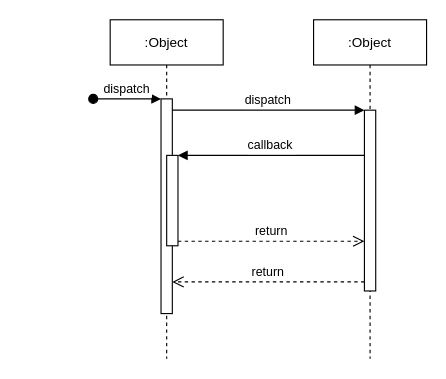
This is SD.drawio from gaodi16366/test, a draw.io file, before an edit. Source tidied: cells renumbered, new cells numbered last; positions are measured from the earlier drawing's top-left corner, leaving out a move shared by most shapes. Both pictures are drawn from the tidied source at 113%, with x=0, y=0 at pixel (93, 19).
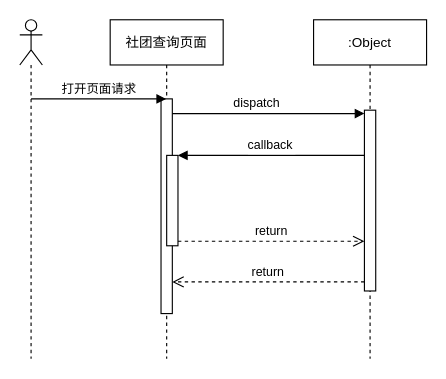
The same page after the edit.

What changed in the source:
```diff
@@
 <mxGraphModel>
   <root>
     <mxCell id="0" />
     <mxCell id="1" parent="0" />
-    <mxCell id="2" value=":Object" style="shape=umlLifeline;perimeter=lifelinePerimeter;rounded=0;shadow=0;strokeWidth=1;" parent="1" vertex="1">
+    <mxCell id="2" value="社团查询页面" style="shape=umlLifeline;perimeter=lifelinePerimeter;rounded=0;shadow=0;strokeWidth=1;" parent="1" vertex="1">
       <mxGeometry x="15" width="100" height="300" as="geometry" />
     </mxCell>
     <mxCell id="3" style="points=[];perimeter=orthogonalPerimeter;rounded=0;shadow=0;strokeWidth=1;" parent="2" vertex="1">
       <mxGeometry x="45" y="70" width="10" height="190" as="geometry" />
     </mxCell>
-    <mxCell id="4" value="dispatch" style="verticalAlign=bottom;startArrow=oval;endArrow=block;startSize=8;shadow=0;strokeWidth=1;" parent="2" edge="1" target="3">
-      <mxGeometry relative="1" as="geometry">
-        <mxPoint x="-15" y="70" as="sourcePoint" />
-      </mxGeometry>
-    </mxCell>
     <mxCell id="5" style="points=[];perimeter=orthogonalPerimeter;rounded=0;shadow=0;strokeWidth=1;" parent="2" vertex="1">
       <mxGeometry x="50" y="120" width="10" height="80" as="geometry" />
     </mxCell>
     <mxCell id="6" value=":Object" style="shape=umlLifeline;perimeter=lifelinePerimeter;rounded=0;shadow=0;strokeWidth=1;" parent="1" vertex="1">
       <mxGeometry x="195" width="100" height="300" as="geometry" />
     </mxCell>
     <mxCell id="7" style="points=[];perimeter=orthogonalPerimeter;rounded=0;shadow=0;strokeWidth=1;" parent="6" vertex="1">
       <mxGeometry x="45" y="80" width="10" height="160" as="geometry" />
     </mxCell>
     <mxCell id="8" value="return" style="verticalAlign=bottom;endArrow=open;dashed=1;endSize=8;exitX=0;exitY=0.95;shadow=0;strokeWidth=1;" parent="1" edge="1" source="7" target="3">
       <mxGeometry relative="1" as="geometry" />
     </mxCell>
-    <mxCell id="9" value="dispatch" style="verticalAlign=bottom;endArrow=block;entryX=0;entryY=0;shadow=0;strokeWidth=1;" parent="1" edge="1" source="3" target="7">
-      <mxGeometry relative="1" as="geometry" />
+    <mxCell id="9" value="dispatch" style="verticalAlign=bottom;endArrow=block;entryX=0;entryY=0;shadow=0;strokeWidth=1;" parent="1" edge="1">
+      <mxGeometry x="-0.12" relative="1" as="geometry">
+        <mxPoint x="70" y="83" as="sourcePoint" />
+        <mxPoint x="240" y="83" as="targetPoint" />
+      </mxGeometry>
     </mxCell>
     <mxCell id="10" value="callback" style="verticalAlign=bottom;endArrow=block;entryX=1;entryY=0;shadow=0;strokeWidth=1;" parent="1" edge="1" source="7" target="5">
       <mxGeometry relative="1" as="geometry" />
     </mxCell>
     <mxCell id="11" value="return" style="verticalAlign=bottom;endArrow=open;dashed=1;endSize=8;exitX=1;exitY=0.95;shadow=0;strokeWidth=1;" parent="1" edge="1" source="5" target="7">
       <mxGeometry relative="1" as="geometry" />
     </mxCell>
+    <mxCell id="12" style="shape=umlLifeline;participant=umlActor;perimeter=lifelinePerimeter;whiteSpace=wrap;html=1;verticalAlign=top;spacingTop=36;" parent="1" vertex="1">
+      <mxGeometry x="-65" width="20" height="300" as="geometry" />
+    </mxCell>
+    <mxCell id="13" value="打开页面请求" style="html=1;verticalAlign=bottom;endArrow=block;" parent="1" edge="1" target="2">
+      <mxGeometry relative="1" as="geometry">
+        <mxPoint x="-55" y="70" as="sourcePoint" />
+      </mxGeometry>
+    </mxCell>
   </root>
 </mxGraphModel>
```
